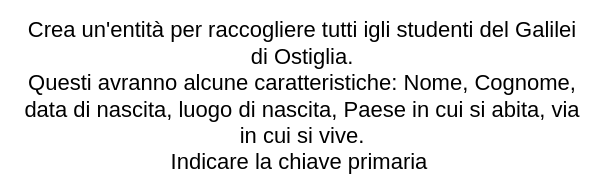
The draw.io diagram AS_2024_2025/5IA_Informatica/Lezioni/UD_2/Esercizi_ER/Entità1.drawio in FrancescoGobbi/Didattica_GalileoGalilei_Ostiglia, before the edit. Source tidied: cells renumbered, new cells numbered last; positions are measured from the earlier drawing's top-left corner, leaving out a move shared by most shapes. Both pictures are drawn from the tidied source at 100%, with x=0, y=0 at pixel (17, 81).
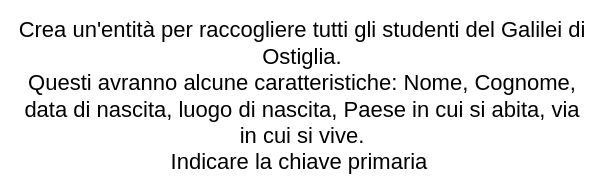
The same page after the edit.

The edit, as a diff of the source:
```diff
@@
 <mxGraphModel>
   <root>
     <mxCell id="0" />
     <mxCell id="1" parent="0" />
-    <mxCell id="2" value="Crea un'entità per raccogliere tutti igli studenti del Galilei di Ostiglia.&lt;br style=&quot;font-size: 22px;&quot;&gt;Questi avranno alcune caratteristiche: Nome, Cognome, data di nascita, luogo di nascita, Paese in cui si abita, via in cui si vive.&lt;br&gt;Indicare la chiave primaria&amp;nbsp;" style="text;html=1;strokeColor=none;fillColor=none;align=center;verticalAlign=middle;whiteSpace=wrap;rounded=0;fontSize=22;" parent="1" vertex="1">
+    <mxCell id="2" value="Crea un'entità per raccogliere tutti gli studenti del Galilei di Ostiglia.&lt;br style=&quot;font-size: 22px;&quot;&gt;Questi avranno alcune caratteristiche: Nome, Cognome, data di nascita, luogo di nascita, Paese in cui si abita, via in cui si vive.&lt;br&gt;Indicare la chiave primaria&amp;nbsp;" style="text;html=1;strokeColor=none;fillColor=none;align=center;verticalAlign=middle;whiteSpace=wrap;rounded=0;fontSize=22;" parent="1" vertex="1">
       <mxGeometry width="570" height="30" as="geometry" />
     </mxCell>
   </root>
 </mxGraphModel>
```
